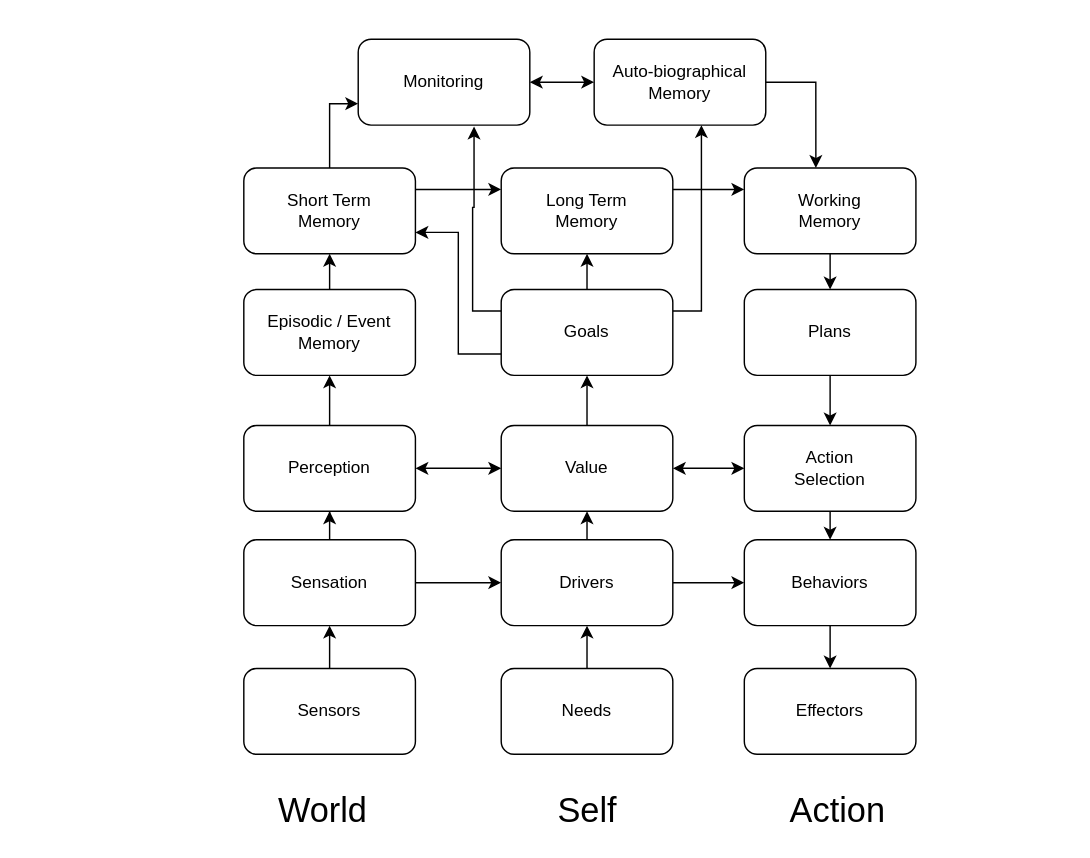
Earlier version of the draw.io diagram distributedadaptivecontrol.drawio (codeaudit/1). Source tidied: cells renumbered, new cells numbered last; positions are measured from the earlier drawing's top-left corner, leaving out a move shared by most shapes. Both pictures are drawn from the tidied source at 143%, with x=0, y=0 at pixel (243, 39).
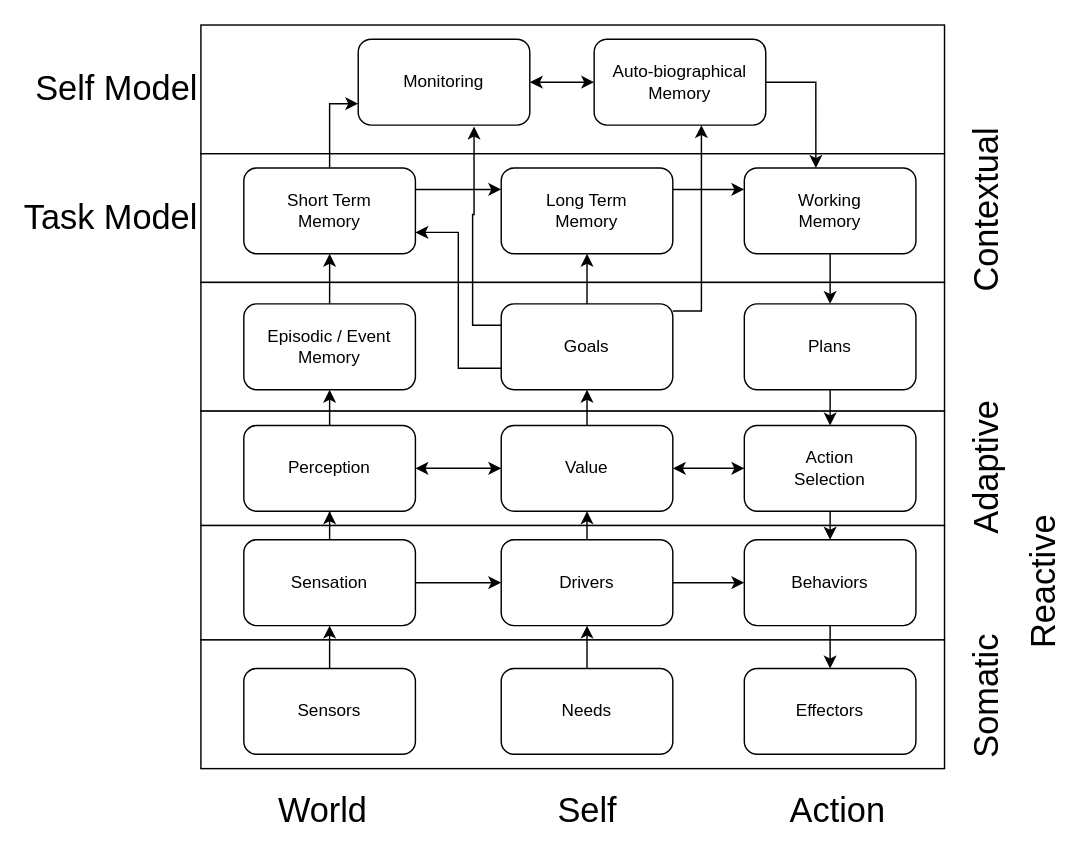
The same diagram, later.

Change to the diagram source:
```diff
@@
+    <mxCell id="46" value="Self Model" style="rounded=0;whiteSpace=wrap;html=1;fontSize=24;labelPosition=left;verticalLabelPosition=middle;align=right;verticalAlign=middle;" parent="1" vertex="1">
+      <mxGeometry x="-30" y="-10" width="520" height="90" as="geometry" />
+    </mxCell>
+    <mxCell id="47" value="Task Model" style="rounded=0;whiteSpace=wrap;html=1;fontSize=24;labelPosition=left;verticalLabelPosition=middle;align=right;verticalAlign=middle;" parent="1" vertex="1">
+      <mxGeometry x="-30" y="80" width="520" height="90" as="geometry" />
+    </mxCell>
+    <mxCell id="48" style="rounded=0;whiteSpace=wrap;html=1;fontSize=24;" parent="1" vertex="1">
+      <mxGeometry x="-30" y="170" width="520" height="90" as="geometry" />
+    </mxCell>
+    <mxCell id="49" style="rounded=0;whiteSpace=wrap;html=1;fontSize=24;" parent="1" vertex="1">
+      <mxGeometry x="-30" y="260" width="520" height="80" as="geometry" />
+    </mxCell>
+    <mxCell id="50" style="rounded=0;whiteSpace=wrap;html=1;fontSize=24;" parent="1" vertex="1">
+      <mxGeometry x="-30" y="340" width="520" height="80" as="geometry" />
+    </mxCell>
+    <mxCell id="51" style="rounded=0;whiteSpace=wrap;html=1;fontSize=24;" parent="1" vertex="1">
+      <mxGeometry x="-30" y="420" width="520" height="90" as="geometry" />
+    </mxCell>
@@
     <mxCell id="11" value="Episodic / Event&lt;br&gt;Memory" style="rounded=1;whiteSpace=wrap;html=1;" parent="1" vertex="1">
-      <mxGeometry y="175" width="120" height="60" as="geometry" />
+      <mxGeometry y="185" width="120" height="60" as="geometry" />
     </mxCell>
@@
     <mxCell id="31" value="Goals" style="rounded=1;whiteSpace=wrap;html=1;" parent="1" vertex="1">
-      <mxGeometry x="180" y="175" width="120" height="60" as="geometry" />
+      <mxGeometry x="180" y="185" width="120" height="60" as="geometry" />
     </mxCell>
@@
     <mxCell id="40" value="Plans" style="rounded=1;whiteSpace=wrap;html=1;" parent="1" vertex="1">
-      <mxGeometry x="350" y="175" width="120" height="60" as="geometry" />
+      <mxGeometry x="350" y="185" width="120" height="60" as="geometry" />
     </mxCell>
@@
+    <mxCell id="52" value="Somatic" style="text;html=1;align=center;verticalAlign=middle;fontSize=24;rotation=-90;" parent="1" vertex="1">
+      <mxGeometry x="470" y="445" width="100" height="30" as="geometry" />
+    </mxCell>
+    <mxCell id="53" value="Reactive" style="text;html=1;align=center;verticalAlign=middle;fontSize=24;rotation=-90;" parent="1" vertex="1">
+      <mxGeometry x="505" y="365" width="110" height="30" as="geometry" />
+    </mxCell>
+    <mxCell id="54" value="Adaptive" style="text;html=1;align=center;verticalAlign=middle;fontSize=24;rotation=-90;" parent="1" vertex="1">
+      <mxGeometry x="465" y="285" width="110" height="30" as="geometry" />
+    </mxCell>
+    <mxCell id="55" value="Contextual" style="text;html=1;align=center;verticalAlign=middle;fontSize=24;rotation=-90;" parent="1" vertex="1">
+      <mxGeometry x="455" y="105" width="130" height="30" as="geometry" />
+    </mxCell>
```
